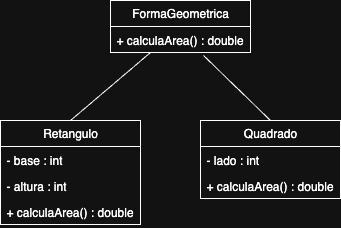
This is images/diagrama-lsp.png from marcelohmribeiro/psl-java, a draw.io export, as it was before one commit. Source tidied: cells renumbered, new cells last; positions are measured from the earlier drawing's top-left corner, leaving out a move shared by most shapes.
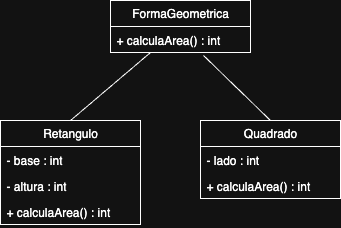
Later version of the same file.

Commit message:
docs: adiciona diagrama-lsp

Change to the diagram source:
```diff
@@ -5,7 +5,7 @@
     <mxCell id="2" value="FormaGeometrica" style="swimlane;fontStyle=0;horizontal=1;startSize=26;fillColor=none;whiteSpace=wrap;html=1;" parent="1" vertex="1">
       <mxGeometry x="110" width="140" height="52" as="geometry" />
     </mxCell>
-    <mxCell id="3" value="+ calculaArea() : double" style="text;strokeColor=none;fillColor=none;align=left;verticalAlign=top;spacingLeft=4;spacingRight=4;overflow=hidden;points=[[0,0.5],[1,0.5]];portConstraint=eastwest;whiteSpace=wrap;html=1;" parent="2" vertex="1">
+    <mxCell id="3" value="+ calculaArea() : int" style="text;strokeColor=none;fillColor=none;align=left;verticalAlign=top;spacingLeft=4;spacingRight=4;overflow=hidden;points=[[0,0.5],[1,0.5]];portConstraint=eastwest;whiteSpace=wrap;html=1;" parent="2" vertex="1">
       <mxGeometry y="26" width="140" height="26" as="geometry" />
     </mxCell>
     <mxCell id="4" value="Retangulo" style="swimlane;fontStyle=0;horizontal=1;startSize=26;fillColor=none;whiteSpace=wrap;html=1;" parent="1" vertex="1">
@@ -17,7 +17,7 @@
     <mxCell id="6" value="- altura : int" style="text;strokeColor=none;fillColor=none;align=left;verticalAlign=top;spacingLeft=4;spacingRight=4;overflow=hidden;whiteSpace=wrap;html=1;" parent="4" vertex="1">
       <mxGeometry y="52" width="140" height="26" as="geometry" />
     </mxCell>
-    <mxCell id="7" value="+ calculaArea() : double" style="text;strokeColor=none;fillColor=none;align=left;verticalAlign=top;spacingLeft=4;spacingRight=4;overflow=hidden;whiteSpace=wrap;html=1;" parent="4" vertex="1">
+    <mxCell id="7" value="+ calculaArea() : int" style="text;strokeColor=none;fillColor=none;align=left;verticalAlign=top;spacingLeft=4;spacingRight=4;overflow=hidden;whiteSpace=wrap;html=1;" parent="4" vertex="1">
       <mxGeometry y="78" width="140" height="26" as="geometry" />
     </mxCell>
     <mxCell id="8" value="Quadrado" style="swimlane;fontStyle=0;horizontal=1;startSize=26;fillColor=none;whiteSpace=wrap;html=1;" parent="1" vertex="1">
@@ -26,7 +26,7 @@
     <mxCell id="9" value="- lado : int" style="text;strokeColor=none;fillColor=none;align=left;verticalAlign=top;spacingLeft=4;spacingRight=4;overflow=hidden;whiteSpace=wrap;html=1;" parent="8" vertex="1">
       <mxGeometry y="26" width="140" height="26" as="geometry" />
     </mxCell>
-    <mxCell id="10" value="+ calculaArea() : double" style="text;strokeColor=none;fillColor=none;align=left;verticalAlign=top;spacingLeft=4;spacingRight=4;overflow=hidden;whiteSpace=wrap;html=1;" parent="8" vertex="1">
+    <mxCell id="10" value="+ calculaArea() : int" style="text;strokeColor=none;fillColor=none;align=left;verticalAlign=top;spacingLeft=4;spacingRight=4;overflow=hidden;whiteSpace=wrap;html=1;" parent="8" vertex="1">
       <mxGeometry y="52" width="140" height="26" as="geometry" />
     </mxCell>
     <mxCell id="11" style="endArrow=none;html=1;rounded=0;exitX=0.5;exitY=0;exitDx=0;exitDy=0;entryX=0.286;entryY=1;entryDx=0;entryDy=0;entryPerimeter=0;" parent="1" edge="1" source="4" target="3">
```
